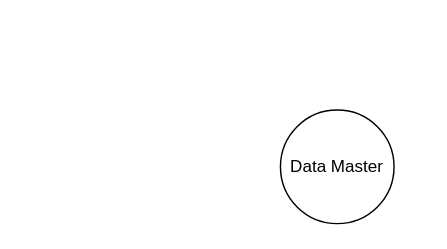
Earlier version of the draw.io diagram DFD L-1.drawio (laifcity/erapor). Source tidied: cells renumbered, new cells numbered last; positions are measured from the earlier drawing's top-left corner, leaving out a move shared by most shapes. Both pictures are drawn from the tidied source at 142%, with x=0, y=0 at pixel (280, 109).
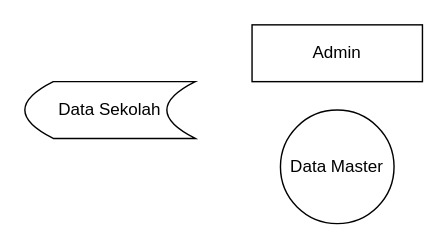
The same diagram, later.

What changed in the source:
```diff
@@
 <mxGraphModel>
   <root>
     <mxCell id="0" />
     <mxCell id="1" parent="0" />
     <mxCell id="2" value="Data Master" style="ellipse;whiteSpace=wrap;html=1;" parent="1" vertex="1">
       <mxGeometry width="80" height="80" as="geometry" />
     </mxCell>
+    <mxCell id="3" value="Admin" style="rounded=0;whiteSpace=wrap;html=1;" parent="1" vertex="1">
+      <mxGeometry x="-20" y="-60" width="120" height="40" as="geometry" />
+    </mxCell>
+    <mxCell id="4" value="Data Sekolah" style="shape=dataStorage;whiteSpace=wrap;html=1;fixedSize=1;" parent="1" vertex="1">
+      <mxGeometry x="-180" y="-20" width="120" height="40" as="geometry" />
+    </mxCell>
   </root>
 </mxGraphModel>
```
